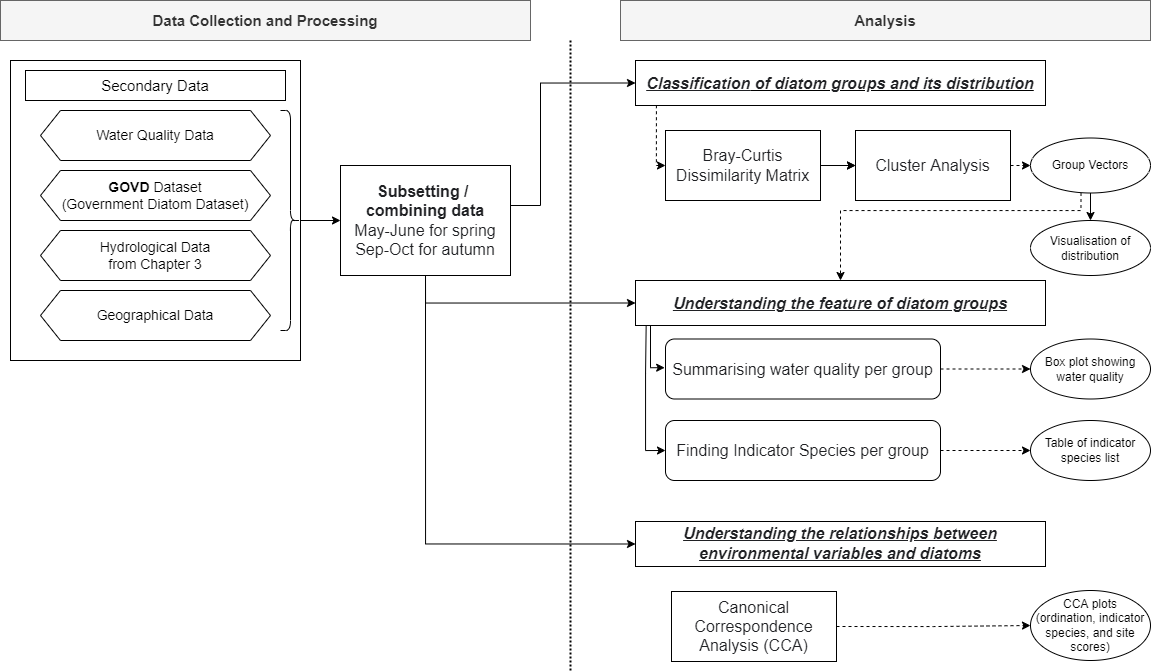
Earlier version of the draw.io export Chapter6_Flowchart.png (muyeoljung/PhD_Studyarea). Source tidied: cells renumbered, new cells last; positions are measured from the earlier drawing's top-left corner, leaving out a move shared by most shapes.
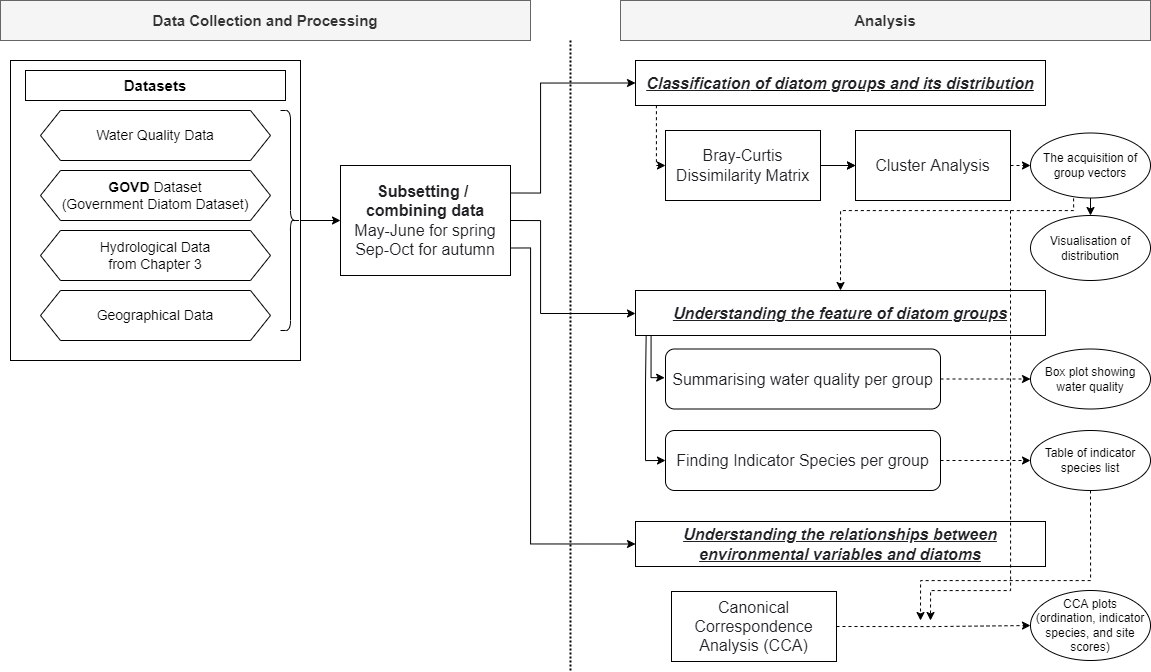
After the commit.

What changed in the source:
```diff
@@ -5,7 +5,7 @@
     <mxCell id="2" style="rounded=0;whiteSpace=wrap;html=1;" parent="1" vertex="1">
       <mxGeometry x="10" y="60" width="290" height="300" as="geometry" />
     </mxCell>
-    <mxCell id="3" value="&lt;font style=&quot;font-size: 15px&quot;&gt;Secondary Data&lt;/font&gt;" style="rounded=0;whiteSpace=wrap;html=1;" parent="1" vertex="1">
+    <mxCell id="3" value="&lt;font style=&quot;font-size: 15px&quot;&gt;Datasets&lt;/font&gt;" style="rounded=0;whiteSpace=wrap;html=1;fontStyle=1;" parent="1" vertex="1">
       <mxGeometry x="25" y="70" width="260" height="30" as="geometry" />
     </mxCell>
     <mxCell id="4" value="&lt;font style=&quot;font-size: 14px&quot;&gt;Water Quality Data&lt;/font&gt;" style="shape=hexagon;perimeter=hexagonPerimeter2;whiteSpace=wrap;html=1;fixedSize=1;" parent="1" vertex="1">
@@ -58,22 +58,33 @@
       <mxGeometry x="635" y="60" width="410" height="45" as="geometry" />
     </mxCell>
     <mxCell id="19" value="&lt;font color=&quot;#202124&quot; face=&quot;apple sd gothic neo, arial, sans-serif&quot;&gt;&lt;span style=&quot;font-size: 16px&quot;&gt;Understanding the feature of diatom groups&lt;br&gt;&lt;/span&gt;&lt;/font&gt;" style="rounded=0;whiteSpace=wrap;html=1;align=center;fontStyle=7;" parent="1" vertex="1">
-      <mxGeometry x="635" y="280" width="410" height="45" as="geometry" />
+      <mxGeometry x="635" y="290" width="410" height="45" as="geometry" />
     </mxCell>
     <mxCell id="20" value="&lt;font color=&quot;#202124&quot; face=&quot;apple sd gothic neo, arial, sans-serif&quot;&gt;&lt;span style=&quot;font-size: 16px&quot;&gt;Understanding the relationships between environmental&amp;nbsp;variables and diatoms&lt;/span&gt;&lt;br&gt;&lt;/font&gt;" style="rounded=0;whiteSpace=wrap;html=1;align=center;fontStyle=7;" parent="1" vertex="1">
       <mxGeometry x="635" y="521" width="410" height="45" as="geometry" />
     </mxCell>
-    <mxCell id="21" style="edgeStyle=orthogonalEdgeStyle;rounded=0;jettySize=auto;html=1;exitX=0.5;exitY=1;exitDx=0;exitDy=0;entryX=0;entryY=0.5;entryDx=0;entryDy=0;" parent="1" edge="1" source="24" target="20">
-      <mxGeometry relative="1" as="geometry" />
+    <mxCell id="21" style="edgeStyle=orthogonalEdgeStyle;rounded=0;jettySize=auto;html=1;exitX=1;exitY=0.75;exitDx=0;exitDy=0;entryX=0;entryY=0.5;entryDx=0;entryDy=0;" parent="1" edge="1" source="24" target="20">
+      <mxGeometry relative="1" as="geometry">
+        <Array as="points">
+          <mxPoint x="530" y="247" />
+          <mxPoint x="530" y="543" />
+        </Array>
+      </mxGeometry>
     </mxCell>
-    <mxCell id="22" style="edgeStyle=orthogonalEdgeStyle;rounded=0;jettySize=auto;html=1;exitX=0.5;exitY=1;exitDx=0;exitDy=0;entryX=0;entryY=0.5;entryDx=0;entryDy=0;" parent="1" edge="1" source="24" target="19">
-      <mxGeometry relative="1" as="geometry" />
+    <mxCell id="22" style="edgeStyle=orthogonalEdgeStyle;rounded=0;jettySize=auto;html=1;exitX=1;exitY=0.5;exitDx=0;exitDy=0;entryX=0;entryY=0.5;entryDx=0;entryDy=0;" parent="1" edge="1" source="24" target="19">
+      <mxGeometry relative="1" as="geometry">
+        <Array as="points">
+          <mxPoint x="540" y="220" />
+          <mxPoint x="540" y="313" />
+          <mxPoint x="635" y="313" />
+        </Array>
+      </mxGeometry>
     </mxCell>
-    <mxCell id="23" style="edgeStyle=orthogonalEdgeStyle;rounded=0;jettySize=auto;html=1;exitX=1;exitY=0.5;exitDx=0;exitDy=0;entryX=0;entryY=0.5;entryDx=0;entryDy=0;startArrow=none;startFill=0;endArrow=classic;endFill=1;" parent="1" edge="1" source="24" target="18">
+    <mxCell id="23" style="edgeStyle=orthogonalEdgeStyle;rounded=0;jettySize=auto;html=1;exitX=1;exitY=0.25;exitDx=0;exitDy=0;entryX=0;entryY=0.5;entryDx=0;entryDy=0;startArrow=none;startFill=0;endArrow=classic;endFill=1;" parent="1" edge="1" source="24" target="18">
       <mxGeometry relative="1" as="geometry">
         <Array as="points">
-          <mxPoint x="540" y="205" />
-          <mxPoint x="540" y="82" />
+          <mxPoint x="540" y="193" />
+          <mxPoint x="540" y="83" />
         </Array>
       </mxGeometry>
     </mxCell>
@@ -83,10 +94,20 @@
     <mxCell id="25" value="&lt;font style=&quot;font-size: 14px&quot;&gt;Geographical Data&lt;/font&gt;" style="shape=hexagon;perimeter=hexagonPerimeter2;whiteSpace=wrap;html=1;fixedSize=1;" parent="1" vertex="1">
       <mxGeometry x="40" y="290" width="230" height="50" as="geometry" />
     </mxCell>
+    <mxCell id="41" style="edgeStyle=orthogonalEdgeStyle;rounded=0;orthogonalLoop=1;jettySize=auto;html=1;dashed=1;startArrow=none;startFill=0;endArrow=classic;endFill=1;" parent="1" edge="1">
+      <mxGeometry relative="1" as="geometry">
+        <mxPoint x="1010" y="210" as="sourcePoint" />
+        <mxPoint x="930" y="620" as="targetPoint" />
+        <Array as="points">
+          <mxPoint x="1010" y="590" />
+          <mxPoint x="930" y="590" />
+        </Array>
+      </mxGeometry>
+    </mxCell>
-    <mxCell id="26" style="edgeStyle=orthogonalEdgeStyle;rounded=0;jettySize=auto;html=1;exitX=0.421;exitY=1;exitDx=0;exitDy=0;entryX=0.5;entryY=0;entryDx=0;entryDy=0;dashed=1;startArrow=none;startFill=0;endArrow=classic;endFill=1;exitPerimeter=0;" parent="1" edge="1" source="28" target="19">
+    <mxCell id="26" style="edgeStyle=orthogonalEdgeStyle;rounded=0;jettySize=auto;html=1;exitX=0.359;exitY=1.006;exitDx=0;exitDy=0;entryX=0.5;entryY=0;entryDx=0;entryDy=0;dashed=1;startArrow=none;startFill=0;endArrow=classic;endFill=1;exitPerimeter=0;" parent="1" edge="1" source="28" target="19">
       <mxGeometry relative="1" as="geometry">
         <Array as="points">
-          <mxPoint x="1080" y="210" />
+          <mxPoint x="1073" y="210" />
           <mxPoint x="840" y="210" />
         </Array>
       </mxGeometry>
@@ -94,17 +115,26 @@
     <mxCell id="27" style="edgeStyle=orthogonalEdgeStyle;rounded=0;jettySize=auto;html=1;exitX=0.5;exitY=1;exitDx=0;exitDy=0;entryX=0.5;entryY=0;entryDx=0;entryDy=0;" parent="1" edge="1" source="28" target="29">
       <mxGeometry relative="1" as="geometry" />
     </mxCell>
-    <mxCell id="28" value="Group Vectors" style="ellipse;whiteSpace=wrap;html=1;" parent="1" vertex="1">
-      <mxGeometry x="1030" y="137.5" width="120" height="55" as="geometry" />
+    <mxCell id="28" value="The acquisition of group vectors" style="ellipse;whiteSpace=wrap;html=1;" parent="1" vertex="1">
+      <mxGeometry x="1030" y="132.5" width="120" height="65" as="geometry" />
     </mxCell>
     <mxCell id="29" value="Visualisation of distribution" style="ellipse;whiteSpace=wrap;html=1;" parent="1" vertex="1">
-      <mxGeometry x="1030" y="220" width="120" height="55" as="geometry" />
+      <mxGeometry x="1030" y="215" width="120" height="65" as="geometry" />
     </mxCell>
+    <mxCell id="42" style="edgeStyle=orthogonalEdgeStyle;rounded=0;jettySize=auto;html=1;exitX=0.5;exitY=1;exitDx=0;exitDy=0;startArrow=none;startFill=0;endArrow=classic;endFill=1;dashed=1;" parent="1" edge="1" source="30">
+      <mxGeometry relative="1" as="geometry">
+        <mxPoint x="920" y="620" as="targetPoint" />
+        <Array as="points">
+          <mxPoint x="1090" y="580" />
+          <mxPoint x="920" y="580" />
+        </Array>
+      </mxGeometry>
+    </mxCell>
     <mxCell id="30" value="Table of indicator species list" style="ellipse;whiteSpace=wrap;html=1;" parent="1" vertex="1">
-      <mxGeometry x="1030" y="420" width="120" height="60" as="geometry" />
+      <mxGeometry x="1030" y="430" width="120" height="60" as="geometry" />
     </mxCell>
     <mxCell id="31" value="Box plot showing water quality" style="ellipse;whiteSpace=wrap;html=1;" parent="1" vertex="1">
-      <mxGeometry x="1030" y="338.5" width="120" height="60" as="geometry" />
+      <mxGeometry x="1030" y="348.5" width="120" height="60" as="geometry" />
     </mxCell>
     <mxCell id="32" style="edgeStyle=orthogonalEdgeStyle;rounded=0;jettySize=auto;html=1;exitX=0;exitY=0.5;exitDx=0;exitDy=0;entryX=0.026;entryY=0.995;entryDx=0;entryDy=0;entryPerimeter=0;startArrow=classic;startFill=1;endArrow=none;endFill=0;" parent="1" edge="1" source="34" target="19">
       <mxGeometry relative="1" as="geometry" />
@@ -113,13 +143,12 @@
       <mxGeometry relative="1" as="geometry" />
     </mxCell>
     <mxCell id="34" value="&lt;span style=&quot;color: rgb(32 , 33 , 36) ; font-family: &amp;#34;apple sd gothic neo&amp;#34; , &amp;#34;arial&amp;#34; , sans-serif ; font-size: 16px ; background-color: rgb(255 , 255 , 255)&quot;&gt;Finding Indicator Species per group&lt;/span&gt;" style="rounded=1;whiteSpace=wrap;html=1;" parent="1" vertex="1">
-      <mxGeometry x="665" y="420" width="275" height="60" as="geometry" />
+      <mxGeometry x="665" y="430" width="275" height="60" as="geometry" />
     </mxCell>
-    <mxCell id="35" style="edgeStyle=orthogonalEdgeStyle;rounded=0;jettySize=auto;html=1;startArrow=classic;startFill=1;endArrow=none;endFill=0;exitX=-0.003;exitY=0.478;exitDx=0;exitDy=0;exitPerimeter=0;" parent="1" edge="1" source="37">
+    <mxCell id="35" style="edgeStyle=orthogonalEdgeStyle;rounded=0;jettySize=auto;html=1;startArrow=classic;startFill=1;endArrow=none;endFill=0;exitX=-0.003;exitY=0.478;exitDx=0;exitDy=0;exitPerimeter=0;entryX=0.038;entryY=1.007;entryDx=0;entryDy=0;entryPerimeter=0;" parent="1" edge="1" source="37" target="19">
       <mxGeometry relative="1" as="geometry">
-        <mxPoint x="650" y="325" as="targetPoint" />
         <Array as="points">
-          <mxPoint x="650" y="367" />
+          <mxPoint x="651" y="377" />
         </Array>
       </mxGeometry>
     </mxCell>
@@ -127,7 +156,7 @@
       <mxGeometry relative="1" as="geometry" />
     </mxCell>
     <mxCell id="37" value="&lt;span style=&quot;color: rgb(32 , 33 , 36) ; font-family: &amp;#34;apple sd gothic neo&amp;#34; , &amp;#34;arial&amp;#34; , sans-serif ; font-size: 16px ; background-color: rgb(255 , 255 , 255)&quot;&gt;Summarising water quality per group&lt;/span&gt;" style="rounded=1;whiteSpace=wrap;html=1;" parent="1" vertex="1">
-      <mxGeometry x="665" y="338.5" width="275" height="60" as="geometry" />
+      <mxGeometry x="665" y="348.5" width="275" height="60" as="geometry" />
     </mxCell>
     <mxCell id="38" value="CCA plots&lt;br&gt;(ordination, indicator species, and site scores)" style="ellipse;whiteSpace=wrap;html=1;" parent="1" vertex="1">
       <mxGeometry x="1030" y="590" width="120" height="70" as="geometry" />
```
